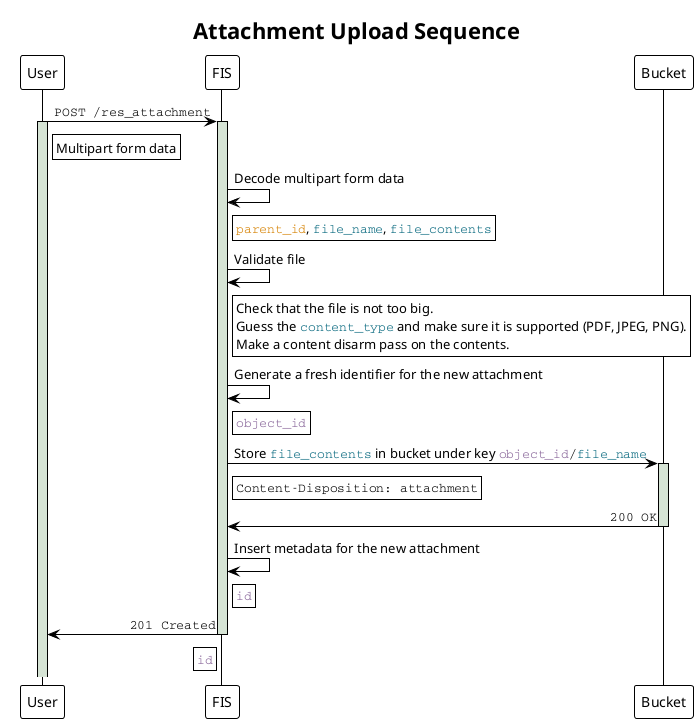
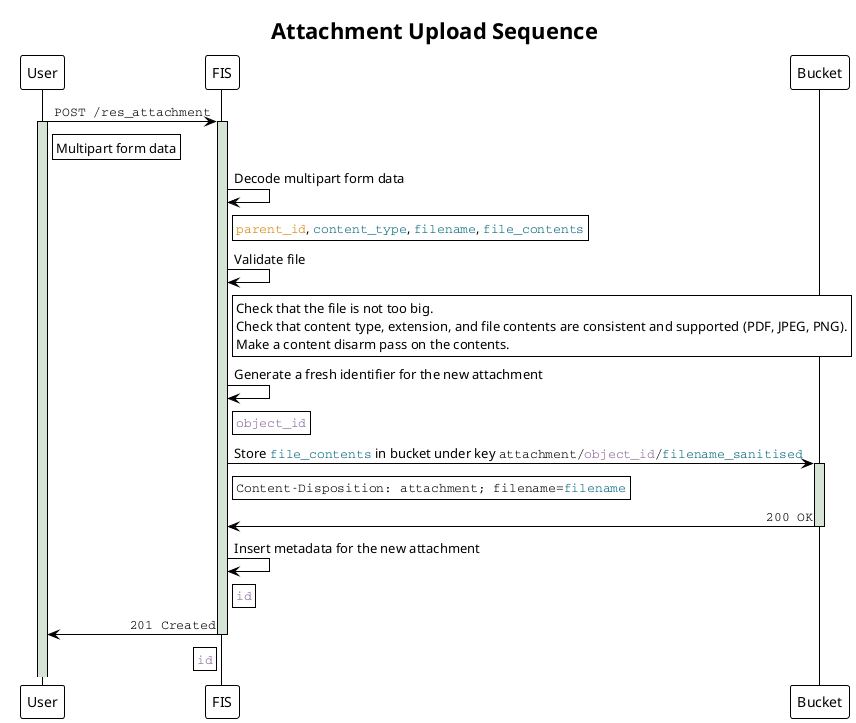
@startuml attachment_upload_sequence
!theme plain

title Attachment Upload Sequence

skinparam LifelineStrategy solid
skinparam SequenceMessageAlign direction

participant User as user
participant "FIS" as fis
participant Bucket as bucket

user -> fis: ""POST /res_attachment""
rnote right of user
Multipart form data
end note
activate fis #d6e4d5
activate user #d6e4d5

fis -> fis: Decode multipart form data
rnote right of fis
- ""<color #d58000>parent_id</color>"", ""<color #05677d>file_name</color>"", ""<color #05677d>file_contents</color>""
+ ""<color #d58000>parent_id</color>"", ""<color #05677d>content_type</color>"", ""<color #05677d>filename</color>"", ""<color #05677d>file_contents</color>""
end note

fis -> fis: Validate file
rnote right of fis
Check that the file is not too big.
- Guess the ""<color #05677d>content_type</color>"" and make sure it is supported (PDF, JPEG, PNG).
+ Check that content type, extension, and file contents are consistent and supported (PDF, JPEG, PNG).
Make a content disarm pass on the contents.
end note

fis -> fis: Generate a fresh identifier for the new attachment
rnote right of fis
""<color #886599>object_id</color>""
end note

- fis -> bucket: Store ""<color #05677d>file_contents</color>"" in bucket under key ""<color #886599>object_id</color>/<color #05677d>file_name</color>""
+ fis -> bucket: Store ""<color #05677d>file_contents</color>"" in bucket under key ""attachment/<color #886599>object_id</color>/<color #05677d>filename_sanitised</color>""
activate bucket #d6e4d5
rnote right of fis
- ""Content-Disposition: attachment""
+ ""Content-Disposition: attachment; filename=<color #05677d>filename</color>""
end note

bucket -> fis: ""200 OK""
deactivate bucket

fis -> fis: Insert metadata for the new attachment
rnote right of fis
""<color #886599>id</color>""
end note

fis -> user: ""201 Created""
rnote left of fis
""<color #886599>id</color>""
end note
deactivate fis

@enduml
